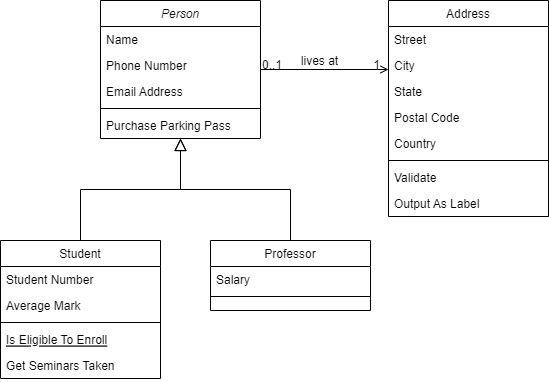
Above: Assign3P1Diagram.drawio.png in jimmyjazz31/CS665Assign3 (draw.io), before the change. Source tidied: cells renumbered, new cells last; positions are measured from the earlier drawing's top-left corner, leaving out a move shared by most shapes. The source it was exported from:
```xml
<mxGraphModel>
  <root>
    <mxCell id="0" />
    <mxCell id="1" parent="0" />
    <mxCell id="2" value="Person" style="swimlane;fontStyle=2;align=center;verticalAlign=top;horizontal=1;startSize=26;rounded=0;shadow=0;strokeWidth=1;" parent="1" vertex="1">
      <mxGeometry x="100" width="160" height="138" as="geometry" />
    </mxCell>
    <mxCell id="3" value="Name" style="text;align=left;verticalAlign=top;spacingLeft=4;spacingRight=4;overflow=hidden;" parent="2" vertex="1">
      <mxGeometry y="26" width="160" height="26" as="geometry" />
    </mxCell>
    <mxCell id="4" value="Phone Number" style="text;align=left;verticalAlign=top;spacingLeft=4;spacingRight=4;overflow=hidden;rounded=0;shadow=0;html=0;" parent="2" vertex="1">
      <mxGeometry y="52" width="160" height="26" as="geometry" />
    </mxCell>
    <mxCell id="5" value="Email Address" style="text;align=left;verticalAlign=top;spacingLeft=4;spacingRight=4;overflow=hidden;rounded=0;shadow=0;html=0;" parent="2" vertex="1">
      <mxGeometry y="78" width="160" height="26" as="geometry" />
    </mxCell>
    <mxCell id="6" style="line;html=1;strokeWidth=1;align=left;verticalAlign=middle;spacingTop=-1;spacingLeft=3;spacingRight=3;labelPosition=right;" parent="2" vertex="1">
      <mxGeometry y="104" width="160" height="8" as="geometry" />
    </mxCell>
    <mxCell id="7" value="Purchase Parking Pass" style="text;align=left;verticalAlign=top;spacingLeft=4;spacingRight=4;overflow=hidden;" parent="2" vertex="1">
      <mxGeometry y="112" width="160" height="26" as="geometry" />
    </mxCell>
    <mxCell id="8" value="Student" style="swimlane;fontStyle=0;align=center;verticalAlign=top;horizontal=1;startSize=26;rounded=0;shadow=0;strokeWidth=1;" parent="1" vertex="1">
      <mxGeometry y="240" width="160" height="138" as="geometry" />
    </mxCell>
    <mxCell id="9" value="Student Number" style="text;align=left;verticalAlign=top;spacingLeft=4;spacingRight=4;overflow=hidden;" parent="8" vertex="1">
      <mxGeometry y="26" width="160" height="26" as="geometry" />
    </mxCell>
    <mxCell id="10" value="Average Mark" style="text;align=left;verticalAlign=top;spacingLeft=4;spacingRight=4;overflow=hidden;rounded=0;shadow=0;html=0;" parent="8" vertex="1">
      <mxGeometry y="52" width="160" height="26" as="geometry" />
    </mxCell>
    <mxCell id="11" style="line;html=1;strokeWidth=1;align=left;verticalAlign=middle;spacingTop=-1;spacingLeft=3;spacingRight=3;labelPosition=right;" parent="8" vertex="1">
      <mxGeometry y="78" width="160" height="8" as="geometry" />
    </mxCell>
    <mxCell id="12" value="Is Eligible To Enroll" style="text;align=left;verticalAlign=top;spacingLeft=4;spacingRight=4;overflow=hidden;fontStyle=4;" parent="8" vertex="1">
      <mxGeometry y="86" width="160" height="26" as="geometry" />
    </mxCell>
    <mxCell id="13" value="Get Seminars Taken" style="text;align=left;verticalAlign=top;spacingLeft=4;spacingRight=4;overflow=hidden;" parent="8" vertex="1">
      <mxGeometry y="112" width="160" height="26" as="geometry" />
    </mxCell>
    <mxCell id="14" style="endArrow=block;endSize=10;endFill=0;shadow=0;strokeWidth=1;rounded=0;curved=0;edgeStyle=elbowEdgeStyle;elbow=vertical;" parent="1" edge="1" source="8" target="2">
      <mxGeometry relative="1" as="geometry" />
    </mxCell>
    <mxCell id="15" value="Professor" style="swimlane;fontStyle=0;align=center;verticalAlign=top;horizontal=1;startSize=26;rounded=0;shadow=0;strokeWidth=1;" parent="1" vertex="1">
      <mxGeometry x="210" y="240" width="160" height="70" as="geometry" />
    </mxCell>
    <mxCell id="16" value="Salary" style="text;align=left;verticalAlign=top;spacingLeft=4;spacingRight=4;overflow=hidden;" parent="15" vertex="1">
      <mxGeometry y="26" width="160" height="26" as="geometry" />
    </mxCell>
    <mxCell id="17" style="line;html=1;strokeWidth=1;align=left;verticalAlign=middle;spacingTop=-1;spacingLeft=3;spacingRight=3;labelPosition=right;" parent="15" vertex="1">
      <mxGeometry y="52" width="160" height="8" as="geometry" />
    </mxCell>
    <mxCell id="18" style="endArrow=block;endSize=10;endFill=0;shadow=0;strokeWidth=1;rounded=0;curved=0;edgeStyle=elbowEdgeStyle;elbow=vertical;" parent="1" edge="1" source="15" target="2">
      <mxGeometry relative="1" as="geometry" />
    </mxCell>
    <mxCell id="19" value="Address" style="swimlane;fontStyle=0;align=center;verticalAlign=top;horizontal=1;startSize=26;rounded=0;shadow=0;strokeWidth=1;" parent="1" vertex="1">
      <mxGeometry x="388" width="160" height="216" as="geometry" />
    </mxCell>
    <mxCell id="20" value="Street" style="text;align=left;verticalAlign=top;spacingLeft=4;spacingRight=4;overflow=hidden;" parent="19" vertex="1">
      <mxGeometry y="26" width="160" height="26" as="geometry" />
    </mxCell>
    <mxCell id="21" value="City" style="text;align=left;verticalAlign=top;spacingLeft=4;spacingRight=4;overflow=hidden;rounded=0;shadow=0;html=0;" parent="19" vertex="1">
      <mxGeometry y="52" width="160" height="26" as="geometry" />
    </mxCell>
    <mxCell id="22" value="State" style="text;align=left;verticalAlign=top;spacingLeft=4;spacingRight=4;overflow=hidden;rounded=0;shadow=0;html=0;" parent="19" vertex="1">
      <mxGeometry y="78" width="160" height="26" as="geometry" />
    </mxCell>
    <mxCell id="23" value="Postal Code" style="text;align=left;verticalAlign=top;spacingLeft=4;spacingRight=4;overflow=hidden;rounded=0;shadow=0;html=0;" parent="19" vertex="1">
      <mxGeometry y="104" width="160" height="26" as="geometry" />
    </mxCell>
    <mxCell id="24" value="Country" style="text;align=left;verticalAlign=top;spacingLeft=4;spacingRight=4;overflow=hidden;rounded=0;shadow=0;html=0;" parent="19" vertex="1">
      <mxGeometry y="130" width="160" height="26" as="geometry" />
    </mxCell>
    <mxCell id="25" style="line;html=1;strokeWidth=1;align=left;verticalAlign=middle;spacingTop=-1;spacingLeft=3;spacingRight=3;labelPosition=right;" parent="19" vertex="1">
      <mxGeometry y="156" width="160" height="8" as="geometry" />
    </mxCell>
    <mxCell id="26" value="Validate" style="text;align=left;verticalAlign=top;spacingLeft=4;spacingRight=4;overflow=hidden;" parent="19" vertex="1">
      <mxGeometry y="164" width="160" height="26" as="geometry" />
    </mxCell>
    <mxCell id="27" value="Output As Label" style="text;align=left;verticalAlign=top;spacingLeft=4;spacingRight=4;overflow=hidden;" parent="19" vertex="1">
      <mxGeometry y="190" width="160" height="26" as="geometry" />
    </mxCell>
    <mxCell id="28" style="endArrow=open;shadow=0;strokeWidth=1;rounded=0;curved=0;endFill=1;edgeStyle=elbowEdgeStyle;elbow=vertical;" parent="1" edge="1" source="2" target="19">
      <mxGeometry x="0.5" y="41" relative="1" as="geometry">
        <mxPoint x="-40" y="32" as="offset" />
      </mxGeometry>
    </mxCell>
    <mxCell id="29" value="0..1" style="align=left;verticalAlign=bottom;labelBackgroundColor=none;fontSize=12;" parent="28" vertex="1">
      <mxGeometry x="-1" relative="1" as="geometry">
        <mxPoint y="4" as="offset" />
      </mxGeometry>
    </mxCell>
    <mxCell id="30" value="1" style="align=right;verticalAlign=bottom;labelBackgroundColor=none;fontSize=12;" parent="28" vertex="1">
      <mxGeometry x="1" relative="1" as="geometry">
        <mxPoint x="-7" y="4" as="offset" />
      </mxGeometry>
    </mxCell>
    <mxCell id="31" value="lives at" style="text;html=1;align=center;verticalAlign=middle;labelBackgroundColor=none;rounded=0;shadow=0;strokeWidth=1;fontSize=12;" parent="28" vertex="1">
      <mxGeometry x="0.5" y="49" relative="1" as="geometry">
        <mxPoint x="-38" y="40" as="offset" />
      </mxGeometry>
    </mxCell>
  </root>
</mxGraphModel>
```
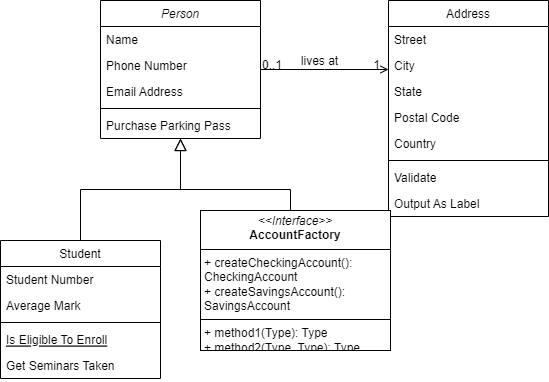
After the commit.

What changed in the source:
```diff
@@ -100,5 +100,11 @@
         <mxPoint x="-38" y="40" as="offset" />
       </mxGeometry>
     </mxCell>
+    <mxCell id="32" value="&lt;p style=&quot;margin:0px;margin-top:4px;text-align:center;&quot;&gt;&lt;i&gt;&amp;lt;&amp;lt;Interface&amp;gt;&amp;gt;&lt;/i&gt;&lt;br/&gt;&lt;b&gt;Interface&lt;/b&gt;&lt;/p&gt;&lt;hr size=&quot;1&quot; style=&quot;border-style:solid;&quot;/&gt;&lt;p style=&quot;margin:0px;margin-left:4px;&quot;&gt;+ field1: Type&lt;br/&gt;+ field2: Type&lt;/p&gt;&lt;hr size=&quot;1&quot; style=&quot;border-style:solid;&quot;/&gt;&lt;p style=&quot;margin:0px;margin-left:4px;&quot;&gt;+ method1(Type): Type&lt;br/&gt;+ method2(Type, Type): Type&lt;/p&gt;" style="verticalAlign=top;align=left;overflow=fill;html=1;whiteSpace=wrap;" parent="1" vertex="1">
+      <mxGeometry x="200" y="210" width="190" height="140" as="geometry" />
+    </mxCell>
+    <mxCell id="33" value="&lt;p style=&quot;margin:0px;margin-top:4px;text-align:center;&quot;&gt;&lt;i&gt;&amp;lt;&amp;lt;Interface&amp;gt;&amp;gt;&lt;/i&gt;&lt;br&gt;&lt;b&gt;AccountFactory&lt;/b&gt;&lt;/p&gt;&lt;hr size=&quot;1&quot; style=&quot;border-style:solid;&quot;&gt;&lt;p style=&quot;margin:0px;margin-left:4px;&quot;&gt;+ createCheckingAccount(): CheckingAccount&lt;br&gt;+ createSavingsAccount(): SavingsAccount&lt;/p&gt;&lt;hr size=&quot;1&quot; style=&quot;border-style:solid;&quot;&gt;&lt;p style=&quot;margin:0px;margin-left:4px;&quot;&gt;+ method1(Type): Type&lt;br&gt;+ method2(Type, Type): Type&lt;/p&gt;" style="verticalAlign=top;align=left;overflow=fill;html=1;whiteSpace=wrap;" parent="1" vertex="1">
+      <mxGeometry x="200" y="210" width="190" height="140" as="geometry" />
+    </mxCell>
   </root>
 </mxGraphModel>
```
